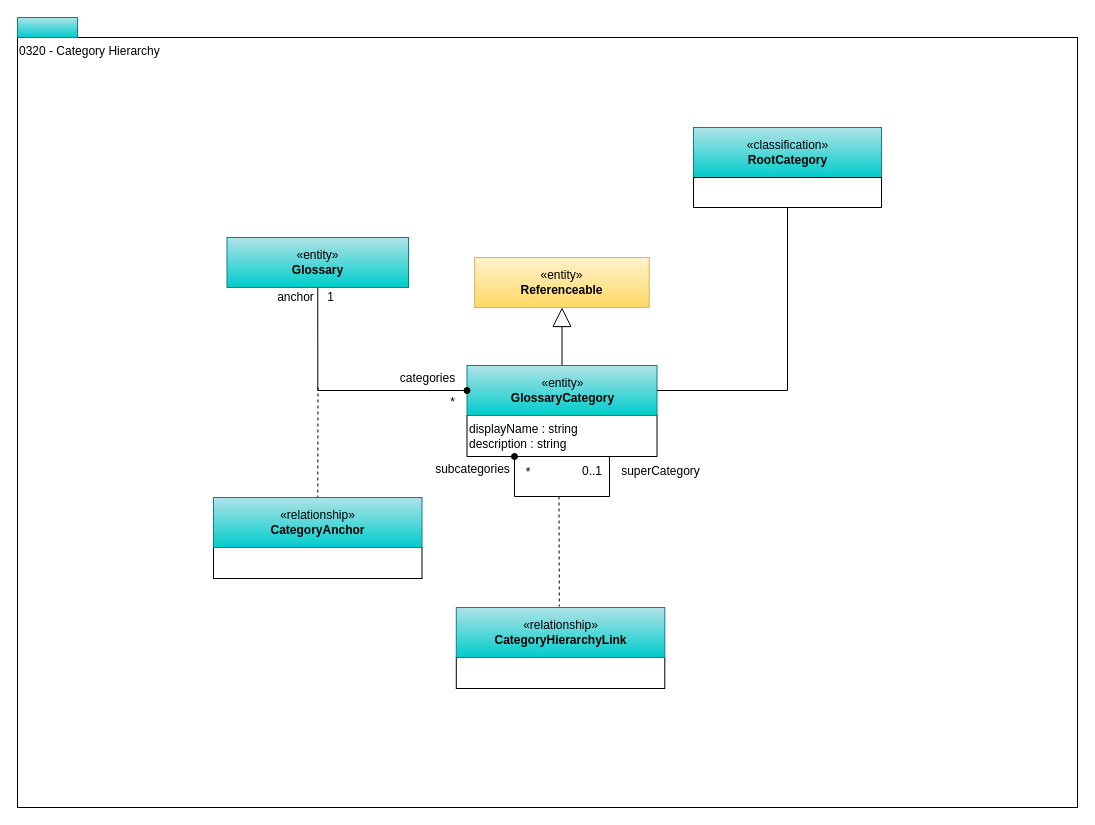
The draw.io diagram page "0320-Category-Hierarchy" (3 of 13) of site/docs/types/3/area-3-glossary.drawio in odpi/egeria-docs, before the edit. Source tidied: cells renumbered, new cells numbered last; positions are measured from the earlier drawing's top-left corner, leaving out a move shared by most shapes. Both pictures are drawn from the tidied source at 100%, with x=0, y=0 at pixel (17, 17).
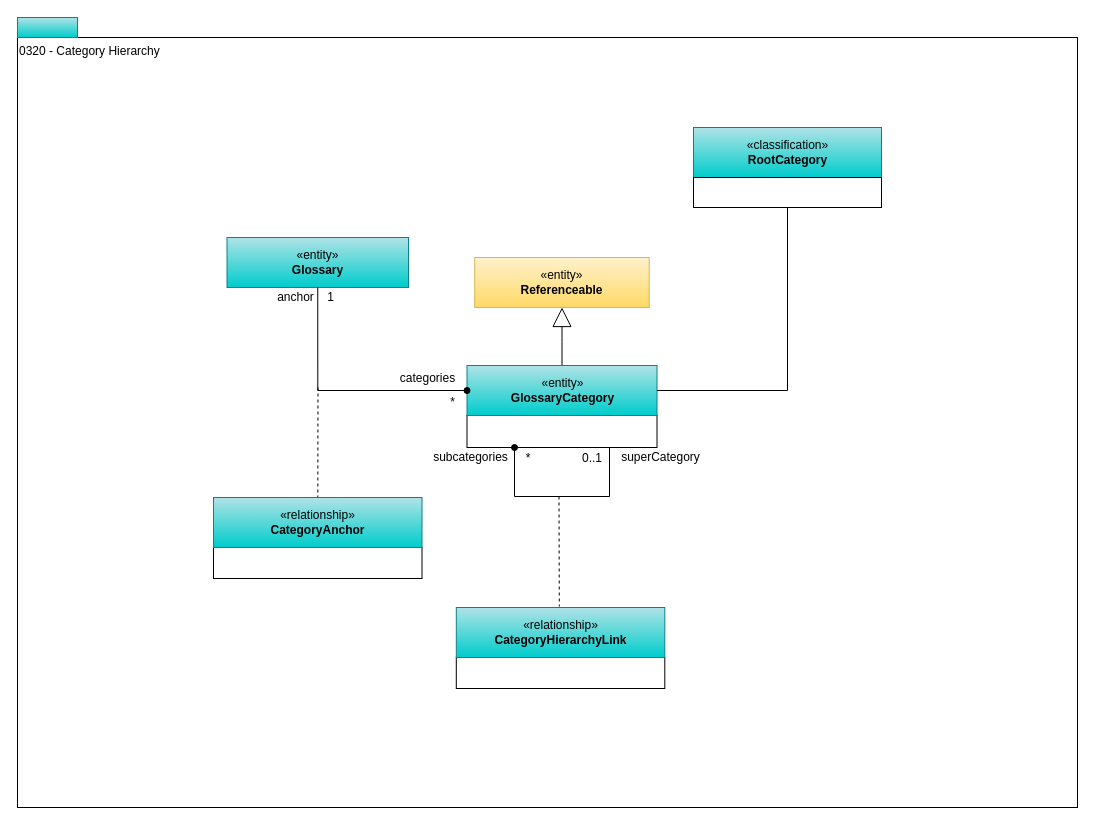
The same page after the edit.

The edit, as a diff of the source:
```diff
@@
-    <mxCell id="4" value="displayName : string&lt;br&gt;description : string" style="rounded=0;whiteSpace=wrap;html=1;strokeColor=#000000;gradientColor=#ffffff;align=left;" parent="1" vertex="1">
-      <mxGeometry x="449.5" y="398" width="190" height="41" as="geometry" />
+    <mxCell id="4" style="rounded=0;whiteSpace=wrap;html=1;strokeColor=#000000;gradientColor=#ffffff;align=left;" parent="1" vertex="1">
+      <mxGeometry x="449.5" y="398" width="190" height="32" as="geometry" />
     </mxCell>
@@
     <mxCell id="16" value="*" style="text;html=1;strokeColor=none;fillColor=none;align=center;verticalAlign=middle;whiteSpace=wrap;rounded=0;" parent="1" vertex="1">
-      <mxGeometry x="497.5" y="446" width="26" height="18" as="geometry" />
+      <mxGeometry x="497.5" y="432" width="26" height="18" as="geometry" />
     </mxCell>
     <mxCell id="17" value="0..1" style="text;html=1;strokeColor=none;fillColor=none;align=center;verticalAlign=middle;whiteSpace=wrap;rounded=0;" parent="1" vertex="1">
-      <mxGeometry x="561.5" y="445" width="26" height="18" as="geometry" />
+      <mxGeometry x="561.5" y="432" width="26" height="18" as="geometry" />
     </mxCell>
     <mxCell id="18" value="superCategory" style="text;html=1;strokeColor=none;fillColor=none;align=center;verticalAlign=middle;whiteSpace=wrap;rounded=0;" parent="1" vertex="1">
-      <mxGeometry x="599.5" y="444" width="87" height="20" as="geometry" />
+      <mxGeometry x="599.5" y="430" width="87" height="20" as="geometry" />
     </mxCell>
@@
     <mxCell id="23" value="subcategories" style="text;html=1;align=center;verticalAlign=middle;" parent="1" vertex="1">
-      <mxGeometry x="409.5" y="442" width="90" height="20" as="geometry" />
+      <mxGeometry x="407.5" y="430" width="90" height="20" as="geometry" />
     </mxCell>
```
